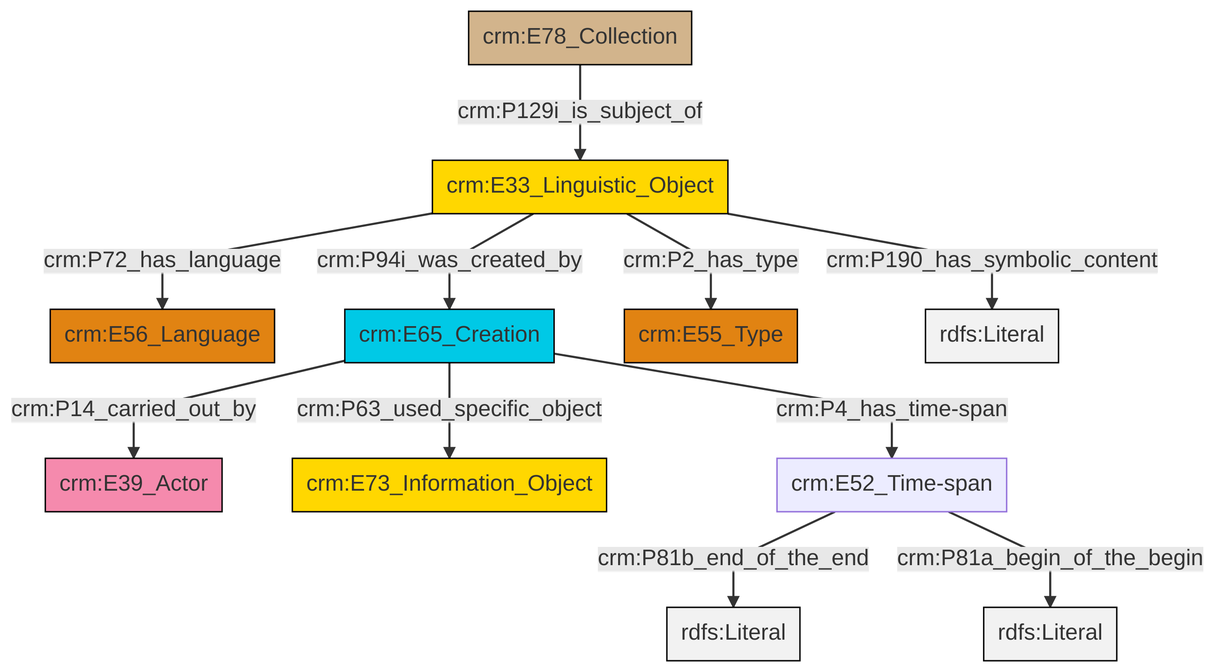
swiss-art-research-net/docs.swissartresearch keeps this Mermaid diagram as et/archivalCSV/ttl/mmd/png/archival_desc.png. Above is the earlier version. Its source is kept beside it as et/archivalCSV/ttl/mmd/archival_desc.ttl.mmd.
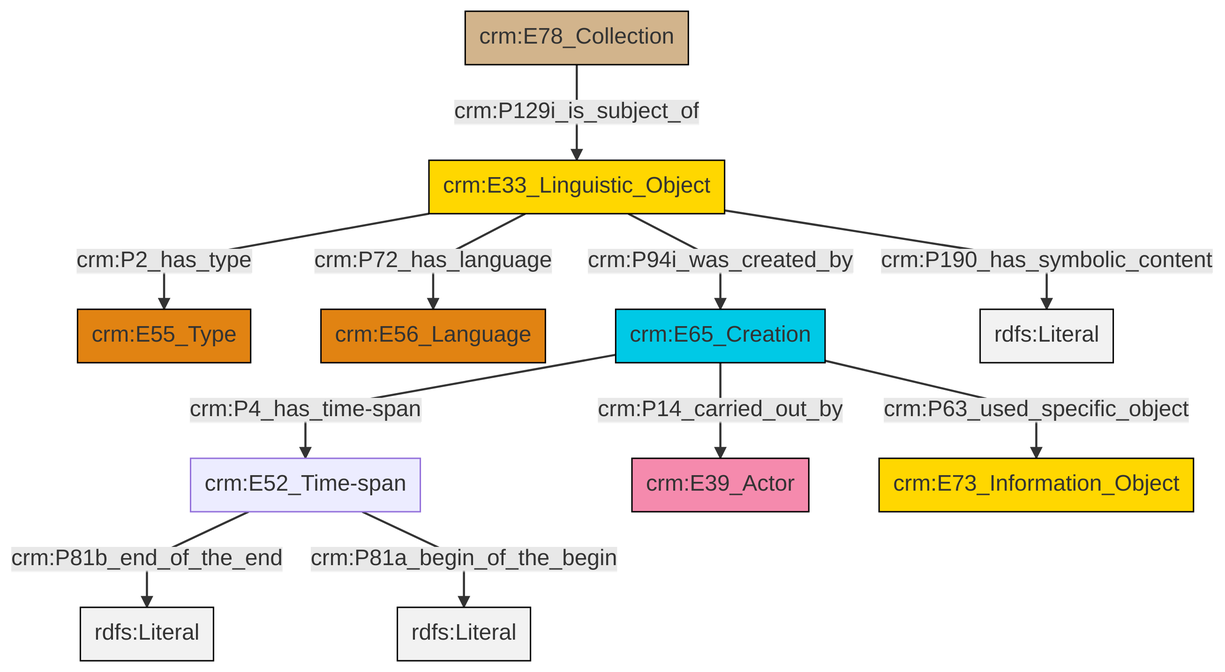
The same file after the commit.

What changed in the source:
```diff
@@ -13,13 +13,13 @@
 classDef PC_Classes fill:#4ce600, stroke:#000000;
 classDef Multi fill:#cccccc,stroke:#000000;
 
-6["crm:E65_Creation"]:::Temporal_Entity -->|crm:P63_used_specific_object| 7["crm:E73_Information_Object"]:::Conceptual_Object
-12["crm:E33_Linguistic_Object"]:::Conceptual_Object -->|crm:P72_has_language| 2["crm:E56_Language"]:::Type
-12["crm:E33_Linguistic_Object"]:::Conceptual_Object -->|crm:P190_has_symbolic_content| 13[rdfs:Literal]:::Literal
-10["crm:E52_Time-span"]:::Default -->|crm:P81b_end_of_the_end| 14[rdfs:Literal]:::Literal
-12["crm:E33_Linguistic_Object"]:::Conceptual_Object -->|crm:P94i_was_created_by| 6["crm:E65_Creation"]:::Temporal_Entity
-4["crm:E78_Collection"]:::Physical_Thing -->|crm:P129i_is_subject_of| 12["crm:E33_Linguistic_Object"]:::Conceptual_Object
-6["crm:E65_Creation"]:::Temporal_Entity -->|crm:P14_carried_out_by| 0["crm:E39_Actor"]:::Actor
-6["crm:E65_Creation"]:::Temporal_Entity -->|crm:P4_has_time-span| 10["crm:E52_Time-span"]:::Default
-10["crm:E52_Time-span"]:::Default -->|crm:P81a_begin_of_the_begin| 18[rdfs:Literal]:::Literal
-12["crm:E33_Linguistic_Object"]:::Conceptual_Object -->|crm:P2_has_type| 8["crm:E55_Type"]:::Type
+0["crm:E33_Linguistic_Object"]:::Conceptual_Object -->|crm:P2_has_type| 1["crm:E55_Type"]:::Type
+2["crm:E52_Time-span"]:::Default -->|crm:P81b_end_of_the_end| 3[rdfs:Literal]:::Literal
+4["crm:E78_Collection"]:::Physical_Thing -->|crm:P129i_is_subject_of| 0["crm:E33_Linguistic_Object"]:::Conceptual_Object
+0["crm:E33_Linguistic_Object"]:::Conceptual_Object -->|crm:P72_has_language| 5["crm:E56_Language"]:::Type
+8["crm:E65_Creation"]:::Temporal_Entity -->|crm:P14_carried_out_by| 9["crm:E39_Actor"]:::Actor
+8["crm:E65_Creation"]:::Temporal_Entity -->|crm:P4_has_time-span| 2["crm:E52_Time-span"]:::Default
+0["crm:E33_Linguistic_Object"]:::Conceptual_Object -->|crm:P190_has_symbolic_content| 14[rdfs:Literal]:::Literal
+0["crm:E33_Linguistic_Object"]:::Conceptual_Object -->|crm:P94i_was_created_by| 8["crm:E65_Creation"]:::Temporal_Entity
+8["crm:E65_Creation"]:::Temporal_Entity -->|crm:P63_used_specific_object| 10["crm:E73_Information_Object"]:::Conceptual_Object
+2["crm:E52_Time-span"]:::Default -->|crm:P81a_begin_of_the_begin| 16[rdfs:Literal]:::Literal
```
